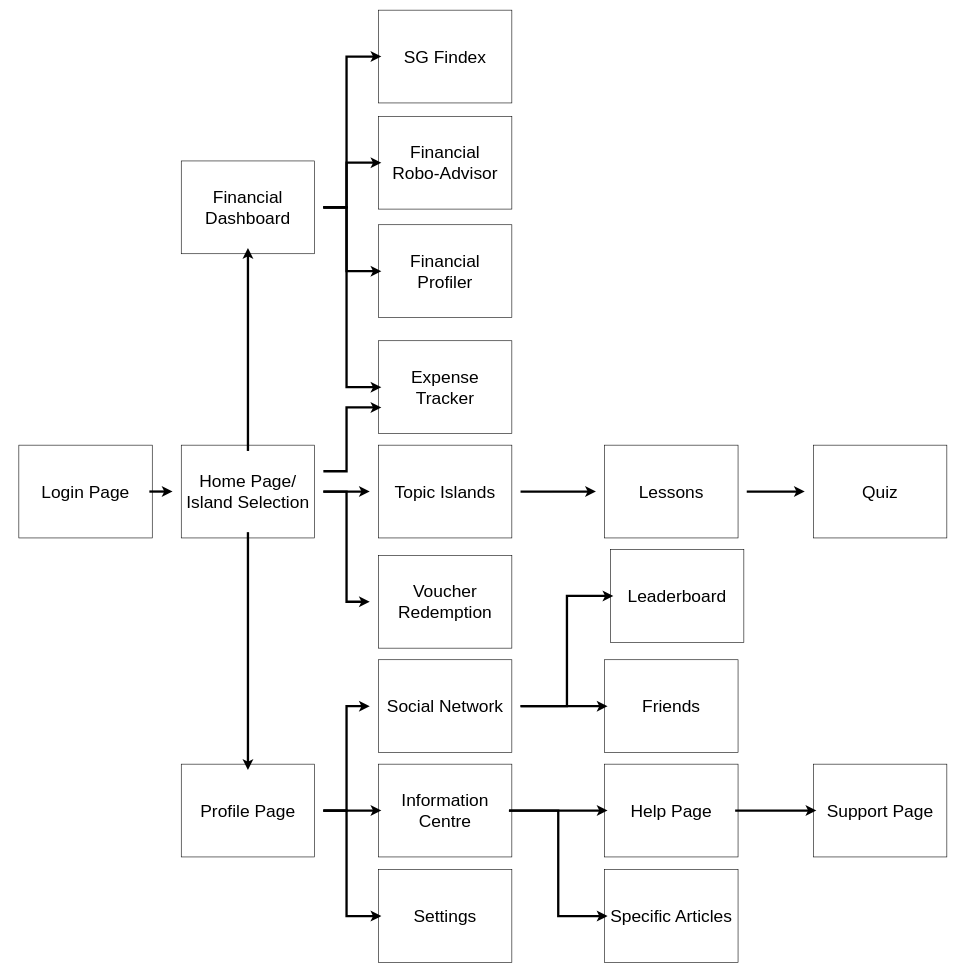
The draw.io diagram FinanceKaki_Iter2.drawio in tigercxx/hello-world, before the edit. Source tidied: cells renumbered, new cells numbered last; positions are measured from the earlier drawing's top-left corner, leaving out a move shared by most shapes. Both pictures are drawn from the tidied source at 58%, with x=0, y=0 at pixel (10, 10).
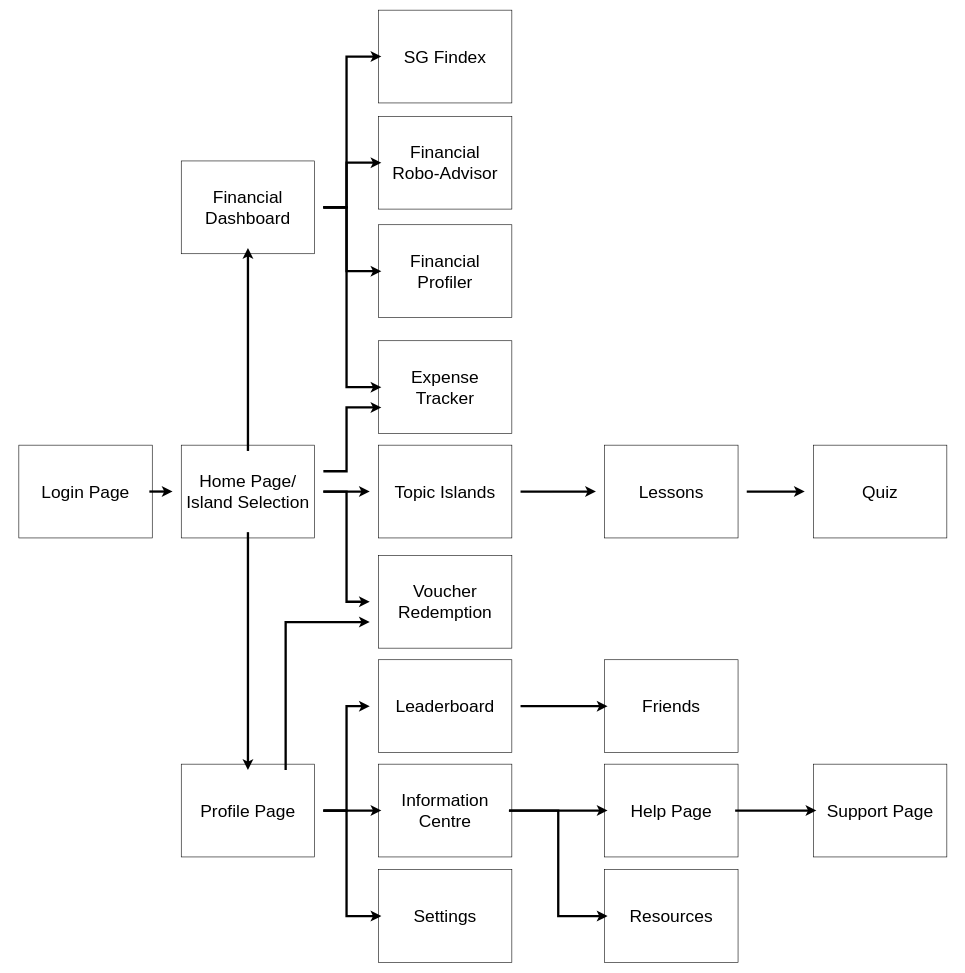
After the change.

The change refers to these unchanged cells:
```xml
<mxCell id="14" value="&lt;font style=&quot;font-size: 30px;&quot;&gt;Profile Page&lt;/font&gt;" style="text;html=1;strokeColor=none;fillColor=none;align=center;verticalAlign=middle;whiteSpace=wrap;rounded=0;" parent="12" vertex="1">
  <mxGeometry y="10" width="260" height="140" as="geometry" />
</mxCell>
<mxCell id="24" style="group;" parent="1" vertex="1">
  <mxGeometry x="620" y="1120" width="260" height="160" as="geometry" />
</mxCell>
<mxCell id="32" value="&lt;span style=&quot;font-size: 30px;&quot;&gt;Voucher Redemption&lt;/span&gt;" style="text;html=1;strokeColor=none;fillColor=none;align=center;verticalAlign=middle;whiteSpace=wrap;rounded=0;" parent="30" vertex="1">
  <mxGeometry y="10" width="260" height="140" as="geometry" />
</mxCell>
<mxCell id="54" style="group;" parent="1" vertex="1">
  <mxGeometry x="1010" y="1482" width="260" height="160" as="geometry" />
</mxCell>
```

Diff of the diagram source:
```diff
@@
-    <mxCell id="26" value="&lt;span style=&quot;font-size: 30px;&quot;&gt;Social Network&lt;/span&gt;" style="text;html=1;strokeColor=none;fillColor=none;align=center;verticalAlign=middle;whiteSpace=wrap;rounded=0;" parent="24" vertex="1">
+    <mxCell id="26" value="&lt;span style=&quot;font-size: 30px;&quot;&gt;Leaderboard&lt;/span&gt;" style="text;html=1;strokeColor=none;fillColor=none;align=center;verticalAlign=middle;whiteSpace=wrap;rounded=0;" parent="24" vertex="1">
       <mxGeometry y="10" width="260" height="140" as="geometry" />
     </mxCell>
@@
-    <mxCell id="48" style="group;" parent="1" vertex="1">
-      <mxGeometry x="1020" y="930" width="260" height="160" as="geometry" />
-    </mxCell>
-    <mxCell id="49" style="rounded=0;whiteSpace=wrap;html=1;" parent="48" vertex="1">
-      <mxGeometry x="15" width="230" height="160" as="geometry" />
-    </mxCell>
-    <mxCell id="50" value="&lt;span style=&quot;font-size: 30px;&quot;&gt;Leaderboard&lt;/span&gt;" style="text;html=1;strokeColor=none;fillColor=none;align=center;verticalAlign=middle;whiteSpace=wrap;rounded=0;" parent="48" vertex="1">
-      <mxGeometry x="20" y="10" width="220" height="140" as="geometry" />
-    </mxCell>
@@
-    <mxCell id="56" value="&lt;span style=&quot;font-size: 30px;&quot;&gt;Specific Articles&lt;/span&gt;" style="text;html=1;strokeColor=none;fillColor=none;align=center;verticalAlign=middle;whiteSpace=wrap;rounded=0;" parent="54" vertex="1">
+    <mxCell id="56" value="&lt;span style=&quot;font-size: 30px;&quot;&gt;Resources&lt;/span&gt;" style="text;html=1;strokeColor=none;fillColor=none;align=center;verticalAlign=middle;whiteSpace=wrap;rounded=0;" parent="54" vertex="1">
       <mxGeometry x="20" y="10" width="220" height="140" as="geometry" />
     </mxCell>
@@
-    <mxCell id="71" style="edgeStyle=orthogonalEdgeStyle;rounded=0;jettySize=auto;html=1;exitX=1;exitY=0.5;exitDx=0;exitDy=0;entryX=0;entryY=0.5;entryDx=0;entryDy=0;strokeWidth=4;fontSize=30;" parent="1" edge="1" source="26" target="50">
-      <mxGeometry relative="1" as="geometry" />
-    </mxCell>
@@
+    <mxCell id="83" style="edgeStyle=orthogonalEdgeStyle;rounded=0;jettySize=auto;html=1;exitX=0.75;exitY=0;exitDx=0;exitDy=0;entryX=0;entryY=0.75;entryDx=0;entryDy=0;strokeWidth=4;" parent="1" edge="1" source="14" target="32">
+      <mxGeometry relative="1" as="geometry" />
+    </mxCell>
```
